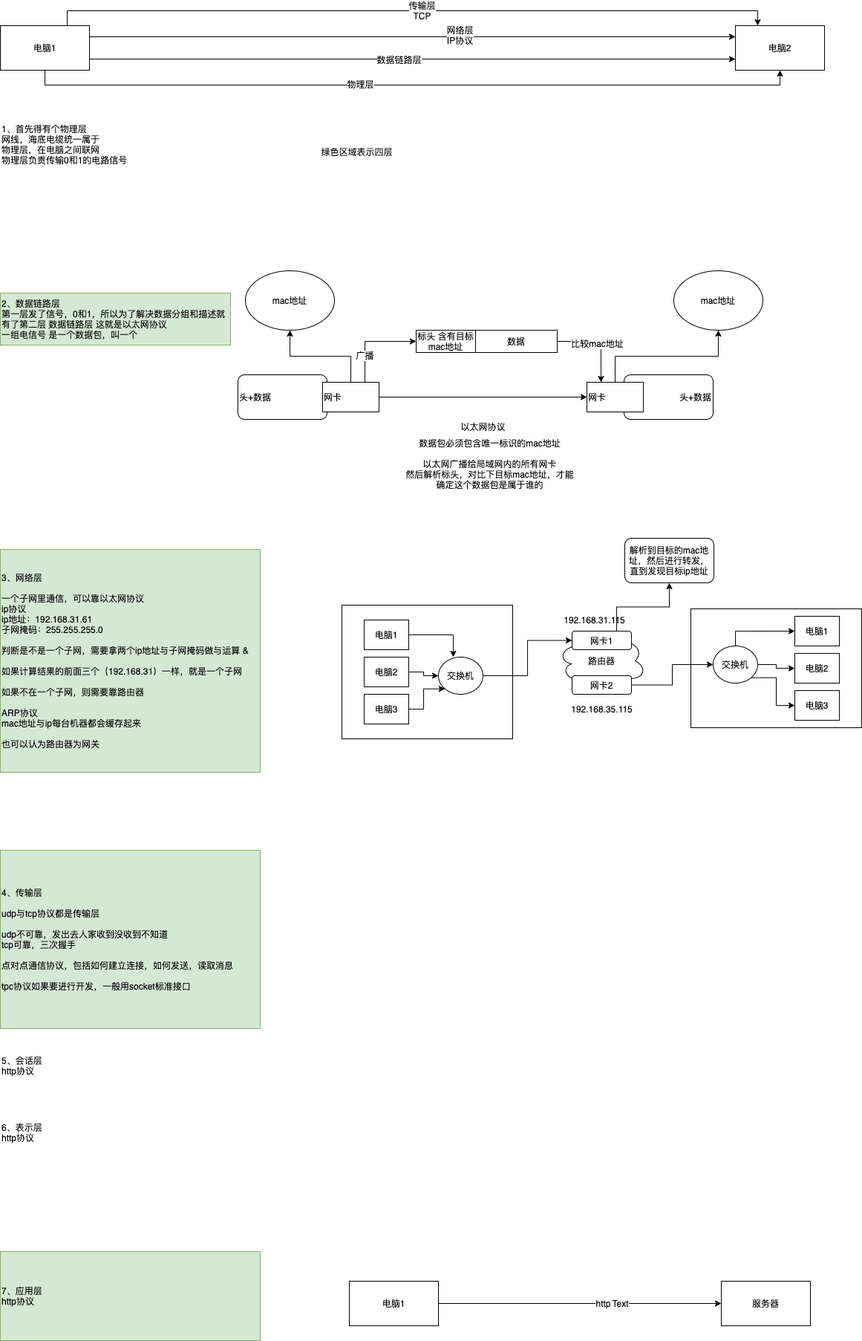
This is cs/tcp-ip-model.png from sivanbil/architecthure-diagram, a draw.io export, as it was before one commit. Source tidied: cells renumbered, new cells last; positions are measured from the earlier drawing's top-left corner, leaving out a move shared by most shapes.
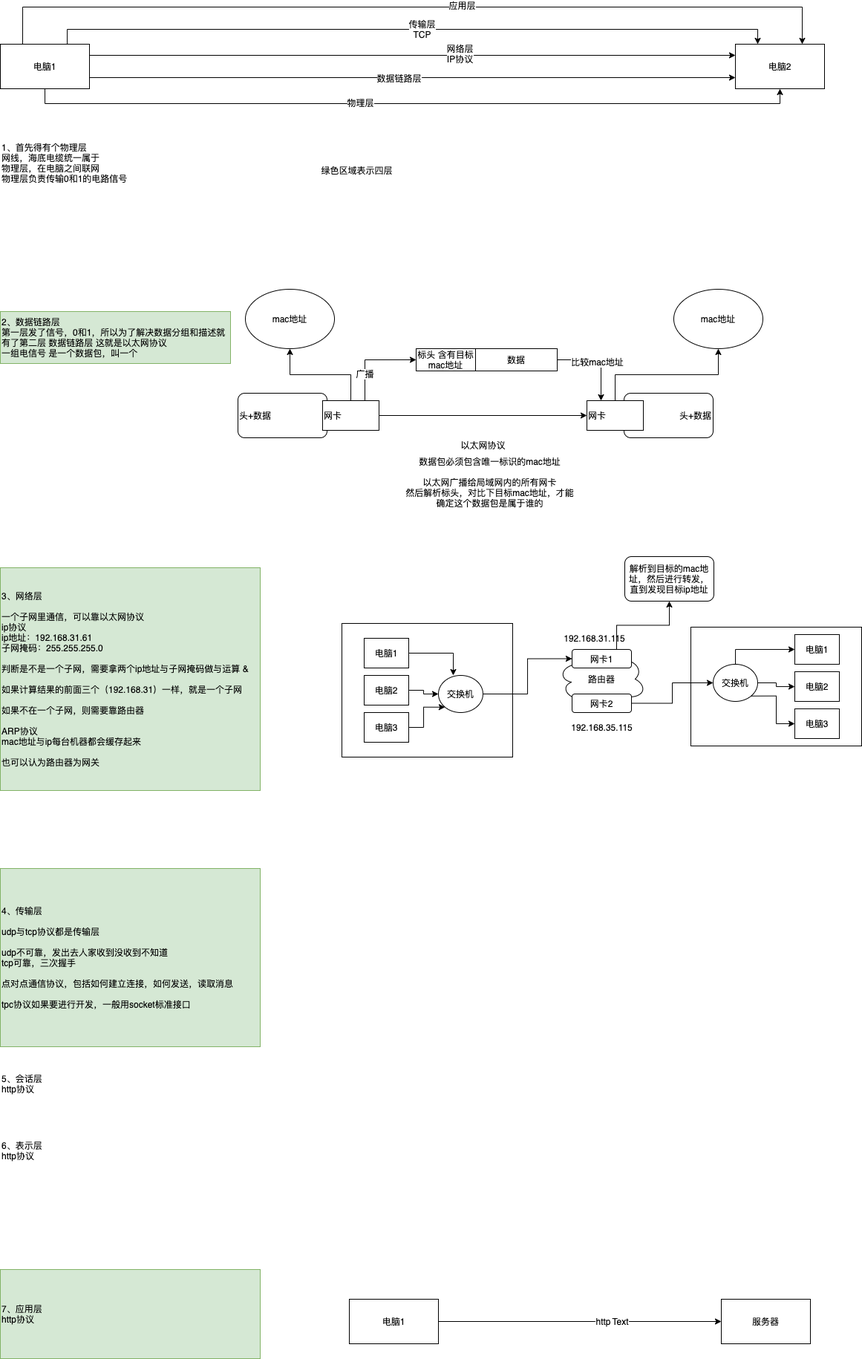
Above is the later version.

Change to the diagram source:
```diff
@@ -26,6 +26,17 @@
     <mxCell id="9" value="传输层&lt;br&gt;TCP" style="edgeLabel;html=1;align=center;verticalAlign=middle;" parent="8" vertex="1">
       <mxGeometry x="0.03" y="1" relative="1" as="geometry" />
     </mxCell>
+    <mxCell id="67" style="edgeStyle=orthogonalEdgeStyle;rounded=0;jettySize=auto;html=1;entryX=0.75;entryY=0;entryDx=0;entryDy=0;exitX=0.25;exitY=0;exitDx=0;exitDy=0;" parent="1" edge="1" source="10" target="11">
+      <mxGeometry relative="1" as="geometry">
+        <Array as="points">
+          <mxPoint x="30" y="-50" />
+          <mxPoint x="1080" y="-50" />
+        </Array>
+      </mxGeometry>
+    </mxCell>
+    <mxCell id="68" value="应用层" style="edgeLabel;html=1;align=center;verticalAlign=middle;" parent="67" vertex="1">
+      <mxGeometry x="0.11" y="3" relative="1" as="geometry" />
+    </mxCell>
     <mxCell id="10" value="电脑1" style="rounded=0;whiteSpace=wrap;html=1;" parent="1" vertex="1">
       <mxGeometry width="120" height="60" as="geometry" />
     </mxCell>
```
